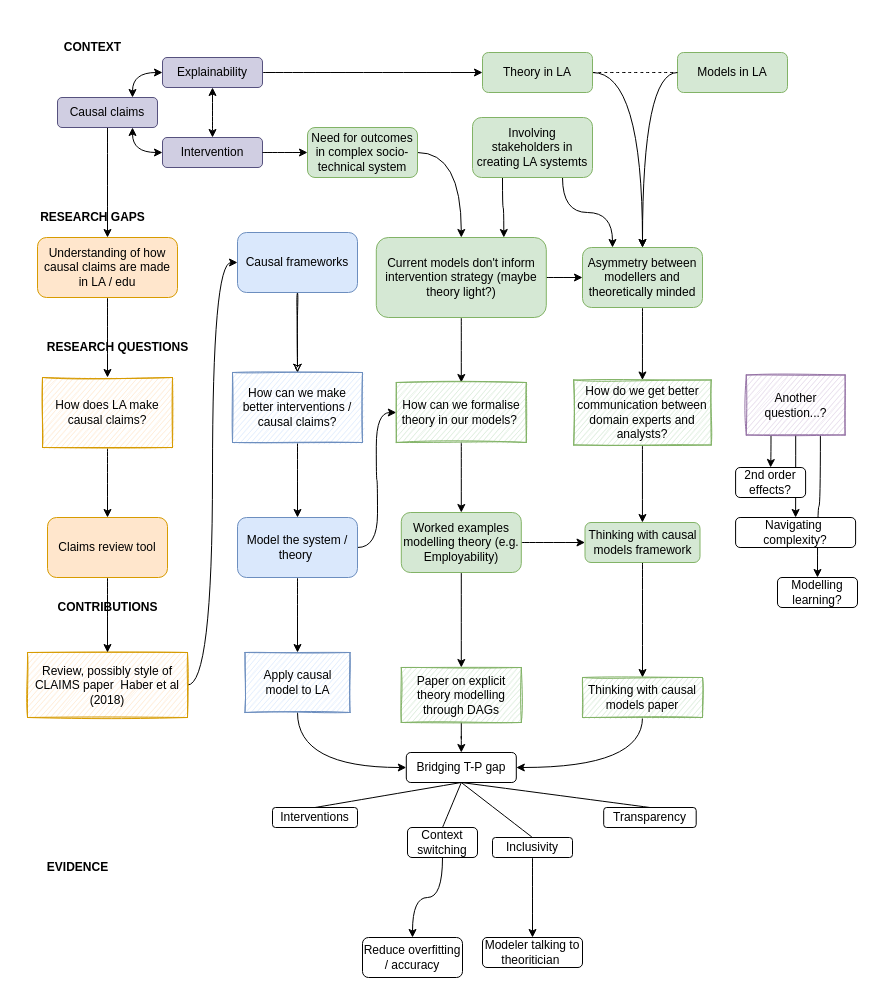
Above: page "Page-2" (2 of 2) of Thesis diagram 8.drawio in benwhicks/phd (draw.io), before the change. Source tidied: cells renumbered, new cells numbered last; positions are measured from the earlier drawing's top-left corner, leaving out a move shared by most shapes. Both pictures are drawn from the tidied source at 100%, with x=0, y=0 at pixel (27, 37).
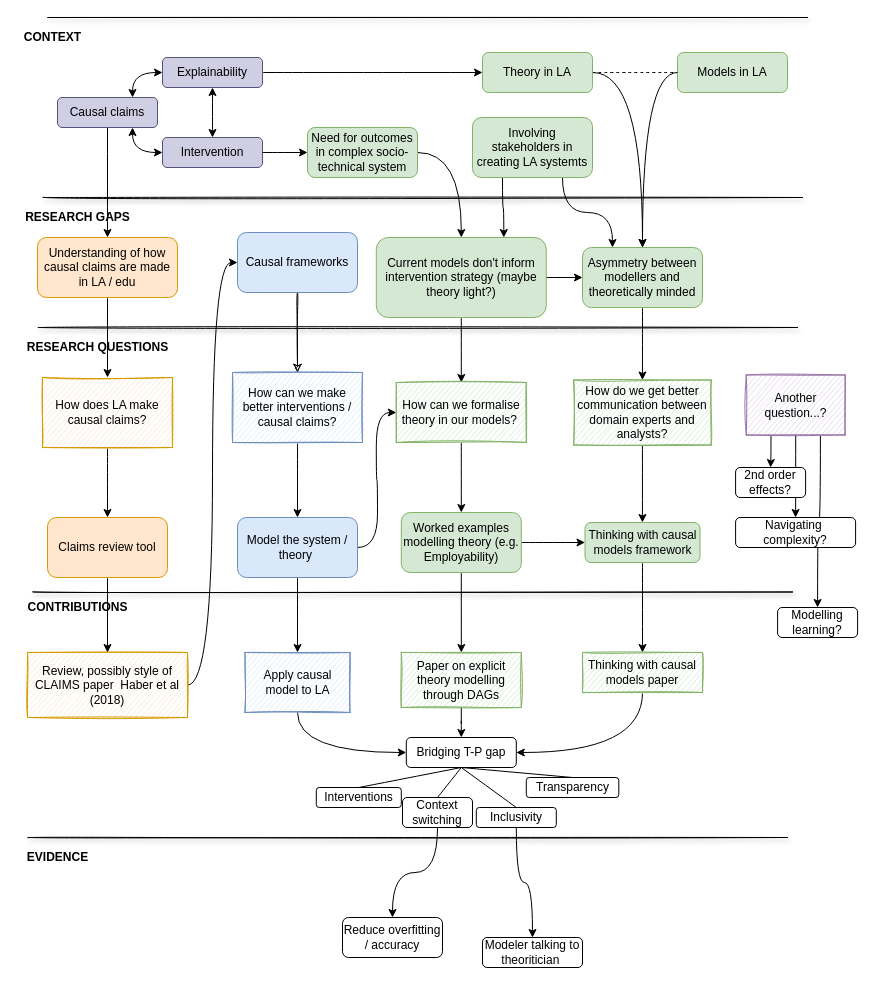
Above is the later version.

The edit, as a diff of the source:
```diff
@@
     <mxCell id="2" value="CONTEXT" style="text;html=1;align=center;verticalAlign=middle;strokeColor=none;fillColor=none;fontStyle=1;" parent="1" vertex="1">
-      <mxGeometry x="30" width="70" height="20" as="geometry" />
+      <mxGeometry x="-10" y="-10" width="70" height="20" as="geometry" />
     </mxCell>
     <mxCell id="3" value="RESEARCH GAPS" style="text;html=1;align=center;verticalAlign=middle;sketch=1;fontStyle=1;" parent="1" vertex="1">
-      <mxGeometry x="5" y="170" width="120" height="20" as="geometry" />
+      <mxGeometry x="-10" y="170" width="120" height="20" as="geometry" />
     </mxCell>
     <mxCell id="4" value="RESEARCH QUESTIONS" style="text;html=1;align=center;verticalAlign=middle;strokeColor=none;fillColor=none;fontStyle=1;" parent="1" vertex="1">
-      <mxGeometry x="10" y="300" width="160" height="20" as="geometry" />
+      <mxGeometry x="-10" y="300" width="160" height="20" as="geometry" />
     </mxCell>
@@
     <mxCell id="24" value="CONTRIBUTIONS" style="text;html=1;align=center;verticalAlign=middle;strokeColor=none;fillColor=none;fontStyle=1;" parent="1" vertex="1">
-      <mxGeometry x="20" y="560" width="120" height="20" as="geometry" />
+      <mxGeometry x="-10" y="560" width="120" height="20" as="geometry" />
     </mxCell>
     <mxCell id="25" value="EVIDENCE" style="text;html=1;align=center;verticalAlign=middle;strokeColor=none;fillColor=none;fontStyle=1;" parent="1" vertex="1">
-      <mxGeometry x="10" y="820" width="80" height="20" as="geometry" />
+      <mxGeometry x="-10" y="810" width="80" height="20" as="geometry" />
     </mxCell>
@@
     <mxCell id="28" value="Inclusivity" style="rounded=1;whiteSpace=wrap;html=1;" parent="1" vertex="1">
-      <mxGeometry x="465" y="800" width="80" height="20" as="geometry" />
+      <mxGeometry x="448.8" y="770" width="80" height="20" as="geometry" />
     </mxCell>
     <mxCell id="29" value="Transparency" style="rounded=1;whiteSpace=wrap;html=1;" parent="1" vertex="1">
-      <mxGeometry x="576.2" y="770" width="92.5" height="20" as="geometry" />
+      <mxGeometry x="498.8" y="740" width="92.5" height="20" as="geometry" />
     </mxCell>
     <mxCell id="30" value="Bridging T-P gap" style="rounded=1;whiteSpace=wrap;html=1;" parent="1" vertex="1">
-      <mxGeometry x="378.8" y="715" width="110" height="30" as="geometry" />
+      <mxGeometry x="378.8" y="700" width="110" height="30" as="geometry" />
     </mxCell>
     <mxCell id="31" value="Reduce overfitting / accuracy" style="rounded=1;whiteSpace=wrap;html=1;" parent="1" vertex="1">
-      <mxGeometry x="335" y="900" width="100" height="40" as="geometry" />
+      <mxGeometry x="315" y="880" width="100" height="40" as="geometry" />
     </mxCell>
@@
     <mxCell id="48" value="Interventions" style="rounded=1;whiteSpace=wrap;html=1;" parent="1" vertex="1">
-      <mxGeometry x="245" y="770" width="85" height="20" as="geometry" />
+      <mxGeometry x="288.8" y="750" width="85" height="20" as="geometry" />
     </mxCell>
@@
     <mxCell id="50" value="Context switching" style="rounded=1;whiteSpace=wrap;html=1;" parent="1" vertex="1">
-      <mxGeometry x="380" y="790" width="70" height="30" as="geometry" />
+      <mxGeometry x="375" y="760" width="70" height="30" as="geometry" />
     </mxCell>
@@
     <mxCell id="70" value="Modelling learning?" style="rounded=1;whiteSpace=wrap;html=1;shadow=0;glass=0;sketch=0;" parent="1" vertex="1">
-      <mxGeometry x="750" y="540" width="80" height="30" as="geometry" />
+      <mxGeometry x="750.1" y="570" width="80" height="30" as="geometry" />
     </mxCell>
@@
     <mxCell id="74" value="Thinking with causal models paper" style="whiteSpace=wrap;html=1;rounded=0;shadow=0;glass=0;sketch=1;fillColor=#d5e8d4;strokeColor=#82b366;" parent="1" vertex="1">
-      <mxGeometry x="555" y="640" width="120" height="40" as="geometry" />
+      <mxGeometry x="555" y="615" width="120" height="40" as="geometry" />
     </mxCell>
@@
     <mxCell id="76" value="Paper on explicit theory modelling through DAGs" style="whiteSpace=wrap;html=1;rounded=0;shadow=0;glass=0;sketch=1;fillColor=#d5e8d4;strokeColor=#82b366;" parent="1" vertex="1">
-      <mxGeometry x="373.8" y="630" width="120" height="55" as="geometry" />
+      <mxGeometry x="373.8" y="615" width="120" height="55" as="geometry" />
     </mxCell>
@@
+    <mxCell id="81" style="endArrow=none;html=1;rounded=0;sketch=1;curved=1;shadow=1;" parent="1" edge="1">
+      <mxGeometry relative="1" as="geometry">
+        <mxPoint x="20" y="-20" as="sourcePoint" />
+        <mxPoint x="780" y="-20" as="targetPoint" />
+      </mxGeometry>
+    </mxCell>
+    <mxCell id="82" style="endArrow=none;html=1;rounded=0;sketch=1;curved=1;shadow=1;" parent="1" edge="1">
+      <mxGeometry relative="1" as="geometry">
+        <mxPoint x="15" y="160" as="sourcePoint" />
+        <mxPoint x="775" y="160" as="targetPoint" />
+      </mxGeometry>
+    </mxCell>
+    <mxCell id="83" style="endArrow=none;html=1;rounded=0;sketch=1;curved=1;shadow=1;" parent="1" edge="1">
+      <mxGeometry relative="1" as="geometry">
+        <mxPoint x="10" y="290" as="sourcePoint" />
+        <mxPoint x="770" y="290" as="targetPoint" />
+      </mxGeometry>
+    </mxCell>
+    <mxCell id="84" style="endArrow=none;html=1;rounded=0;sketch=1;curved=1;shadow=1;" parent="1" edge="1">
+      <mxGeometry relative="1" as="geometry">
+        <mxPoint x="5" y="554.5" as="sourcePoint" />
+        <mxPoint x="765" y="554.5" as="targetPoint" />
+      </mxGeometry>
+    </mxCell>
+    <mxCell id="85" style="endArrow=none;html=1;rounded=0;sketch=1;curved=1;shadow=1;" parent="1" edge="1">
+      <mxGeometry relative="1" as="geometry">
+        <mxPoint y="800" as="sourcePoint" />
+        <mxPoint x="760" y="800" as="targetPoint" />
+      </mxGeometry>
+    </mxCell>
```
